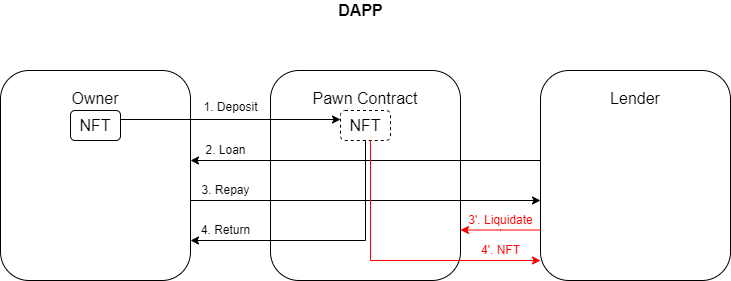
nft-lending/nft-lending-algorand keeps this draw.io diagram as doc/DApp Diagram.png. Above is the earlier version. Source tidied: cells renumbered, new cells last; positions are measured from the earlier drawing's top-left corner, leaving out a move shared by most shapes.
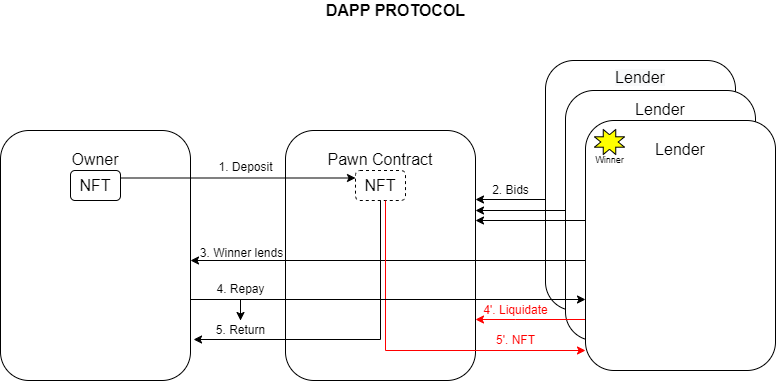
Above is the later version.

What changed in the source:
```diff
@@ -2,84 +2,116 @@
   <root>
     <mxCell id="0" />
     <mxCell id="1" parent="0" />
+    <mxCell id="20" value="&lt;br&gt;&lt;br&gt;&lt;span style=&quot;color: rgb(0 , 0 , 0) ; font-family: &amp;#34;helvetica&amp;#34; ; font-size: 16px ; font-style: normal ; font-weight: 400 ; letter-spacing: normal ; text-align: center ; text-indent: 0px ; text-transform: none ; word-spacing: 0px ; background-color: rgb(248 , 249 , 250) ; display: inline ; float: none&quot;&gt;Lender&lt;/span&gt;&lt;br&gt;&lt;br&gt;&lt;br&gt;&lt;br&gt;&lt;br&gt;&lt;br&gt;&lt;br&gt;&lt;br&gt;&lt;br&gt;&lt;br&gt;&lt;br&gt;&lt;br&gt;&lt;br&gt;&lt;br&gt;&lt;br&gt;&lt;br&gt;&lt;br&gt;&lt;br&gt;" style="rounded=1;whiteSpace=wrap;html=1;" parent="1" vertex="1">
+      <mxGeometry x="515" y="40" width="190" height="250" as="geometry" />
+    </mxCell>
+    <mxCell id="21" value="&lt;span style=&quot;font-size: 16px&quot;&gt;Lender&lt;br&gt;&lt;br&gt;&lt;br&gt;&lt;br&gt;&lt;br&gt;&lt;br&gt;&lt;br&gt;&lt;br&gt;&lt;br&gt;&lt;br&gt;&lt;br&gt;&lt;br&gt;&lt;/span&gt;" style="rounded=1;whiteSpace=wrap;html=1;" parent="1" vertex="1">
+      <mxGeometry x="535" y="70" width="190" height="250" as="geometry" />
+    </mxCell>
-    <mxCell id="2" value="Owner&lt;br&gt;&lt;br&gt;&lt;br&gt;&lt;br&gt;&lt;br&gt;&lt;br&gt;&lt;br&gt;&lt;br&gt;&lt;br&gt;" style="rounded=1;whiteSpace=wrap;html=1;fontSize=16;" parent="1" vertex="1">
-      <mxGeometry y="70" width="190" height="210" as="geometry" />
+    <mxCell id="2" value="Owner&lt;br&gt;&lt;br&gt;&lt;br&gt;&lt;br&gt;&lt;br&gt;&lt;br&gt;&lt;br&gt;&lt;br&gt;&lt;br&gt;&lt;br&gt;&lt;br&gt;" style="rounded=1;whiteSpace=wrap;html=1;fontSize=16;" parent="1" vertex="1">
+      <mxGeometry x="-30" y="110" width="190" height="250" as="geometry" />
     </mxCell>
-    <mxCell id="3" value="Pawn Contract&lt;br&gt;&lt;br&gt;&lt;br&gt;&lt;br&gt;&lt;br&gt;&lt;br&gt;&lt;br&gt;&lt;br&gt;&lt;br&gt;" style="rounded=1;whiteSpace=wrap;html=1;fontSize=16;" parent="1" vertex="1">
-      <mxGeometry x="270" y="70" width="190" height="210" as="geometry" />
+    <mxCell id="3" value="Pawn Contract&lt;br&gt;&lt;br&gt;&lt;br&gt;&lt;br&gt;&lt;br&gt;&lt;br&gt;&lt;br&gt;&lt;br&gt;&lt;br&gt;&lt;br&gt;&lt;br&gt;" style="rounded=1;whiteSpace=wrap;html=1;fontSize=16;" parent="1" vertex="1">
+      <mxGeometry x="255" y="110" width="190" height="250" as="geometry" />
     </mxCell>
-    <mxCell id="4" value="&lt;font style=&quot;font-size: 16px&quot;&gt;Lender&lt;br&gt;&lt;br&gt;&lt;br&gt;&lt;br&gt;&lt;br&gt;&lt;br&gt;&lt;br&gt;&lt;br&gt;&lt;br&gt;&lt;/font&gt;" style="rounded=1;whiteSpace=wrap;html=1;fontSize=16;" parent="1" vertex="1">
-      <mxGeometry x="540" y="70" width="190" height="210" as="geometry" />
-    </mxCell>
     <mxCell id="5" value="NFT" style="rounded=1;whiteSpace=wrap;html=1;fontSize=16;" parent="1" vertex="1">
-      <mxGeometry x="70" y="110" width="50" height="30" as="geometry" />
+      <mxGeometry x="40" y="150" width="50" height="30" as="geometry" />
     </mxCell>
-    <mxCell id="6" style="endArrow=classic;html=1;rounded=0;fontSize=16;" parent="1" edge="1">
-      <mxGeometry relative="1" as="geometry">
-        <mxPoint x="120" y="119" as="sourcePoint" />
-        <mxPoint x="340" y="119" as="targetPoint" />
-      </mxGeometry>
+    <mxCell id="6" style="endArrow=classic;html=1;rounded=0;fontSize=16;exitX=1;exitY=0.25;exitDx=0;exitDy=0;entryX=0;entryY=0.25;entryDx=0;entryDy=0;" parent="1" edge="1" source="5" target="12">
+      <mxGeometry relative="1" as="geometry" />
     </mxCell>
     <mxCell id="7" style="endArrow=classic;html=1;rounded=0;fontSize=16;" parent="1" edge="1">
       <mxGeometry relative="1" as="geometry">
-        <mxPoint x="540" y="160" as="sourcePoint" />
-        <mxPoint x="190" y="160" as="targetPoint" />
+        <mxPoint x="555" y="240" as="sourcePoint" />
+        <mxPoint x="160" y="240" as="targetPoint" />
       </mxGeometry>
     </mxCell>
-    <mxCell id="8" style="endArrow=classic;html=1;rounded=0;fontSize=16;" parent="1" edge="1">
-      <mxGeometry relative="1" as="geometry">
-        <mxPoint x="190" y="200" as="sourcePoint" />
-        <mxPoint x="540" y="200" as="targetPoint" />
-      </mxGeometry>
-    </mxCell>
     <mxCell id="9" value="&lt;font style=&quot;font-size: 12px&quot;&gt;1. Deposit&lt;/font&gt;" style="text;html=1;align=center;verticalAlign=middle;strokeColor=none;fillColor=none;fontSize=16;" parent="1" vertex="1">
-      <mxGeometry x="195" y="90" width="70" height="30" as="geometry" />
+      <mxGeometry x="180" y="130" width="70" height="30" as="geometry" />
     </mxCell>
-    <mxCell id="10" value="2. Loan" style="text;html=1;align=center;verticalAlign=middle;strokeColor=none;fillColor=none;fontSize=12;" parent="1" vertex="1">
-      <mxGeometry x="195" y="140" width="60" height="20" as="geometry" />
+    <mxCell id="10" value="3. Winner lends" style="text;html=1;align=center;verticalAlign=middle;strokeColor=none;fillColor=none;fontSize=12;" parent="1" vertex="1">
+      <mxGeometry x="161" y="223" width="100" height="20" as="geometry" />
     </mxCell>
-    <mxCell id="11" value="3. Repay" style="text;html=1;align=center;verticalAlign=middle;strokeColor=none;fillColor=none;fontSize=12;" parent="1" vertex="1">
-      <mxGeometry x="195" y="180" width="60" height="20" as="geometry" />
-    </mxCell>
     <mxCell id="12" value="NFT" style="rounded=1;whiteSpace=wrap;html=1;fontSize=16;dashed=1;" parent="1" vertex="1">
-      <mxGeometry x="340" y="110" width="50" height="30" as="geometry" />
+      <mxGeometry x="325" y="150" width="50" height="30" as="geometry" />
     </mxCell>
-    <mxCell id="13" style="endArrow=classic;html=1;rounded=0;fontSize=12;exitX=0.5;exitY=1;exitDx=0;exitDy=0;" parent="1" edge="1" source="12">
+    <mxCell id="13" style="endArrow=classic;html=1;rounded=0;fontSize=12;exitX=0.5;exitY=1;exitDx=0;exitDy=0;entryX=1.016;entryY=0.836;entryDx=0;entryDy=0;entryPerimeter=0;" parent="1" edge="1" source="12" target="2">
       <mxGeometry relative="1" as="geometry">
-        <mxPoint x="190" y="240" as="targetPoint" />
         <Array as="points">
-          <mxPoint x="365" y="240" />
+          <mxPoint x="350" y="319" />
         </Array>
       </mxGeometry>
     </mxCell>
-    <mxCell id="14" value="4. Return" style="text;html=1;align=center;verticalAlign=middle;points=[];strokeColor=none;fillColor=none;fontSize=12;" parent="1" vertex="1">
-      <mxGeometry x="195" y="220" width="60" height="20" as="geometry" />
+    <mxCell id="14" value="5. Return" style="text;html=1;align=center;verticalAlign=middle;points=[];strokeColor=none;fillColor=none;fontSize=12;" parent="1" vertex="1">
+      <mxGeometry x="180" y="300" width="60" height="20" as="geometry" />
     </mxCell>
-    <mxCell id="15" value="&lt;font color=&quot;#ff0000&quot;&gt;3'. Liquidate&lt;/font&gt;" style="text;html=1;align=center;verticalAlign=middle;strokeColor=none;fillColor=none;fontSize=12;" parent="1" vertex="1">
-      <mxGeometry x="460" y="210" width="80" height="20" as="geometry" />
+    <mxCell id="15" value="&lt;font color=&quot;#ff0000&quot;&gt;4'. Liquidate&lt;/font&gt;" style="text;html=1;align=center;verticalAlign=middle;strokeColor=none;fillColor=none;fontSize=12;" parent="1" vertex="1">
+      <mxGeometry x="445" y="279.5" width="80" height="20" as="geometry" />
     </mxCell>
     <mxCell id="16" style="endArrow=classic;html=1;rounded=0;fontSize=16;strokeColor=#FF0000;" parent="1" edge="1">
       <mxGeometry relative="1" as="geometry">
-        <mxPoint x="540" y="229.5" as="sourcePoint" />
-        <mxPoint x="460" y="229.5" as="targetPoint" />
+        <mxPoint x="555" y="299" as="sourcePoint" />
+        <mxPoint x="445" y="299" as="targetPoint" />
         <Array as="points">
-          <mxPoint x="500" y="229.5" />
+          <mxPoint x="485" y="299" />
         </Array>
       </mxGeometry>
     </mxCell>
     <mxCell id="17" style="endArrow=classic;html=1;rounded=0;fontSize=16;strokeColor=#FF0000;exitX=0.6;exitY=1;exitDx=0;exitDy=0;exitPerimeter=0;" parent="1" edge="1" source="12">
       <mxGeometry relative="1" as="geometry">
-        <mxPoint x="540" y="260" as="targetPoint" />
+        <mxPoint x="555" y="330" as="targetPoint" />
         <Array as="points">
-          <mxPoint x="370" y="260" />
+          <mxPoint x="355" y="330" />
         </Array>
       </mxGeometry>
     </mxCell>
-    <mxCell id="18" value="&lt;font color=&quot;#ff0000&quot;&gt;4'. NFT&lt;/font&gt;" style="text;html=1;align=center;verticalAlign=middle;strokeColor=none;fillColor=none;fontSize=12;" parent="1" vertex="1">
-      <mxGeometry x="475" y="240" width="50" height="20" as="geometry" />
+    <mxCell id="18" value="&lt;font color=&quot;#ff0000&quot;&gt;5'. NFT&lt;/font&gt;" style="text;html=1;align=center;verticalAlign=middle;strokeColor=none;fillColor=none;fontSize=12;" parent="1" vertex="1">
+      <mxGeometry x="460" y="310" width="50" height="20" as="geometry" />
     </mxCell>
-    <mxCell id="19" value="&lt;font color=&quot;#000000&quot; style=&quot;font-size: 16px&quot;&gt;&lt;b&gt;DAPP&lt;/b&gt;&lt;/font&gt;" style="text;html=1;align=center;verticalAlign=middle;strokeColor=none;fillColor=none;fontSize=12;fontColor=#FF0000;" parent="1" vertex="1">
-      <mxGeometry x="330" width="60" height="20" as="geometry" />
+    <mxCell id="19" value="&lt;font color=&quot;#000000&quot; style=&quot;font-size: 16px&quot;&gt;&lt;b&gt;DAPP PROTOCOL&lt;/b&gt;&lt;/font&gt;" style="text;html=1;align=center;verticalAlign=middle;strokeColor=none;fillColor=none;fontSize=12;fontColor=#FF0000;" parent="1" vertex="1">
+      <mxGeometry x="290" y="-20" width="150" height="20" as="geometry" />
     </mxCell>
+    <mxCell id="22" style="edgeStyle=orthogonalEdgeStyle;rounded=0;jettySize=auto;html=1;" parent="1" edge="1" source="23" target="14">
+      <mxGeometry relative="1" as="geometry" />
+    </mxCell>
+    <mxCell id="23" value="4. Repay" style="text;html=1;align=center;verticalAlign=middle;points=[];strokeColor=none;fillColor=none;fontSize=12;" parent="1" vertex="1">
+      <mxGeometry x="180" y="259" width="60" height="20" as="geometry" />
+    </mxCell>
+    <mxCell id="24" style="endArrow=classic;html=1;rounded=0;fontSize=16;" parent="1" edge="1">
+      <mxGeometry relative="1" as="geometry">
+        <mxPoint x="160" y="279" as="sourcePoint" />
+        <mxPoint x="555" y="279" as="targetPoint" />
+      </mxGeometry>
+    </mxCell>
+    <mxCell id="4" value="&lt;font style=&quot;font-size: 16px&quot;&gt;Lender&lt;br&gt;&lt;br&gt;&lt;br&gt;&lt;br&gt;&lt;br&gt;&lt;br&gt;&lt;br&gt;&lt;br&gt;&lt;br&gt;&lt;br&gt;&lt;br&gt;&lt;/font&gt;" style="rounded=1;whiteSpace=wrap;html=1;fontSize=16;" parent="1" vertex="1">
+      <mxGeometry x="555" y="100" width="190" height="250" as="geometry" />
+    </mxCell>
+    <mxCell id="25" style="endArrow=classic;html=1;rounded=0;" parent="1" edge="1">
+      <mxGeometry relative="1" as="geometry">
+        <mxPoint x="555" y="200" as="sourcePoint" />
+        <mxPoint x="445" y="200" as="targetPoint" />
+      </mxGeometry>
+    </mxCell>
+    <mxCell id="26" style="endArrow=classic;html=1;rounded=0;" parent="1" edge="1">
+      <mxGeometry relative="1" as="geometry">
+        <mxPoint x="535" y="190" as="sourcePoint" />
+        <mxPoint x="445" y="190" as="targetPoint" />
+      </mxGeometry>
+    </mxCell>
+    <mxCell id="27" style="endArrow=classic;html=1;rounded=0;" parent="1" edge="1">
+      <mxGeometry relative="1" as="geometry">
+        <mxPoint x="515" y="179" as="sourcePoint" />
+        <mxPoint x="445" y="179" as="targetPoint" />
+      </mxGeometry>
+    </mxCell>
+    <mxCell id="28" value="2. Bids" style="text;html=1;align=center;verticalAlign=middle;strokeColor=none;fillColor=none;" parent="1" vertex="1">
+      <mxGeometry x="455" y="160" width="50" height="20" as="geometry" />
+    </mxCell>
+    <mxCell id="29" style="verticalLabelPosition=bottom;verticalAlign=top;html=1;shape=mxgraph.basic.8_point_star;fillColor=#FFFF00;" parent="1" vertex="1">
+      <mxGeometry x="564" y="109" width="30" height="25" as="geometry" />
+    </mxCell>
+    <mxCell id="30" value="&lt;font style=&quot;font-size: 9px&quot;&gt;Winner&lt;/font&gt;" style="text;html=1;align=center;verticalAlign=middle;strokeColor=none;fillColor=none;" parent="1" vertex="1">
+      <mxGeometry x="559" y="129" width="40" height="20" as="geometry" />
+    </mxCell>
   </root>
 </mxGraphModel>
```
